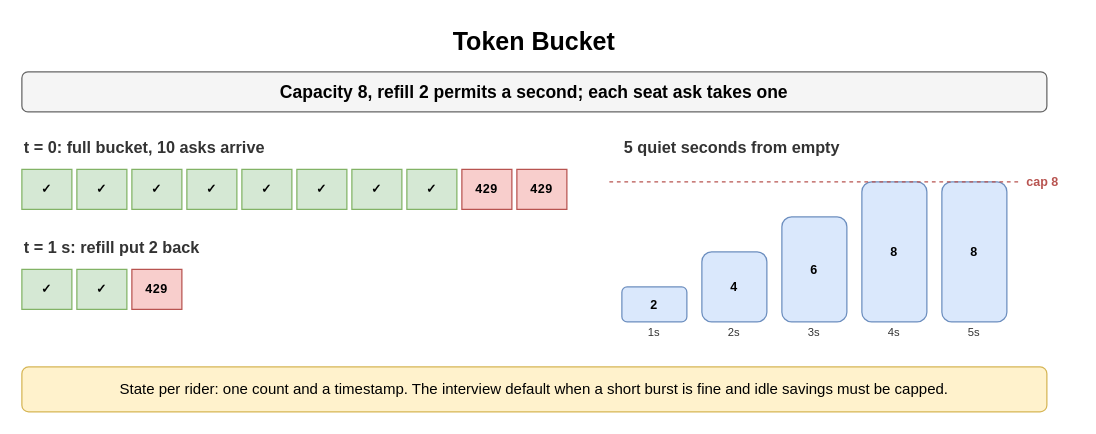
Before: page "Token Bucket" (4 of 8) of content/09_System_Design_Interview/17_Rate_Limiting_and_Throttling/diagrams/rate-limiting.drawio in amendez13/swe-study-guide, a draw.io diagram. Source tidied: cells renumbered, new cells numbered last; positions are measured from the earlier drawing's top-left corner, leaving out a move shared by most shapes. Both pictures are drawn from the tidied source at 125%, with x=0, y=0 at pixel (21, 21).
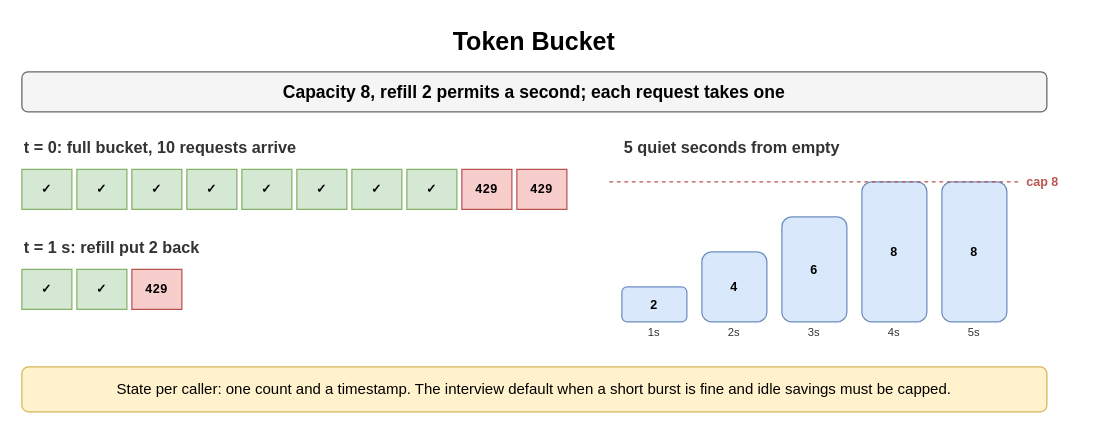
Above is the later version.

Diff of the diagram source:
```diff
@@
-    <mxCell id="3" value="Capacity 8, refill 2 permits a second; each seat ask takes one" style="rounded=1;whiteSpace=wrap;html=1;fillColor=#f5f5f5;strokeColor=#666666;fontStyle=1;fontSize=14;" parent="1" vertex="1">
+    <mxCell id="3" value="Capacity 8, refill 2 permits a second; each request takes one" style="rounded=1;whiteSpace=wrap;html=1;fillColor=#f5f5f5;strokeColor=#666666;fontStyle=1;fontSize=14;" parent="1" vertex="1">
       <mxGeometry y="40" width="820" height="32" as="geometry" />
     </mxCell>
-    <mxCell id="4" value="t = 0: full bucket, 10 asks arrive" style="text;html=1;whiteSpace=wrap;fontSize=11;align=left;verticalAlign=middle;fontSize=13;fontColor=#333333;fontStyle=1;" parent="1" vertex="1">
+    <mxCell id="4" value="t = 0: full bucket, 10 requests arrive" style="text;html=1;whiteSpace=wrap;fontSize=11;align=left;verticalAlign=middle;fontSize=13;fontColor=#333333;fontStyle=1;" parent="1" vertex="1">
       <mxGeometry y="90" width="400" height="20" as="geometry" />
     </mxCell>
@@
-    <mxCell id="32" value="State per rider: one count and a timestamp. The interview default when a short burst is fine and idle savings must be capped." style="rounded=1;whiteSpace=wrap;html=1;fillColor=#fff2cc;strokeColor=#d6b656;fontSize=12;align=center;" parent="1" vertex="1">
+    <mxCell id="32" value="State per caller: one count and a timestamp. The interview default when a short burst is fine and idle savings must be capped." style="rounded=1;whiteSpace=wrap;html=1;fillColor=#fff2cc;strokeColor=#d6b656;fontSize=12;align=center;" parent="1" vertex="1">
       <mxGeometry y="276" width="820" height="36" as="geometry" />
     </mxCell>
```
